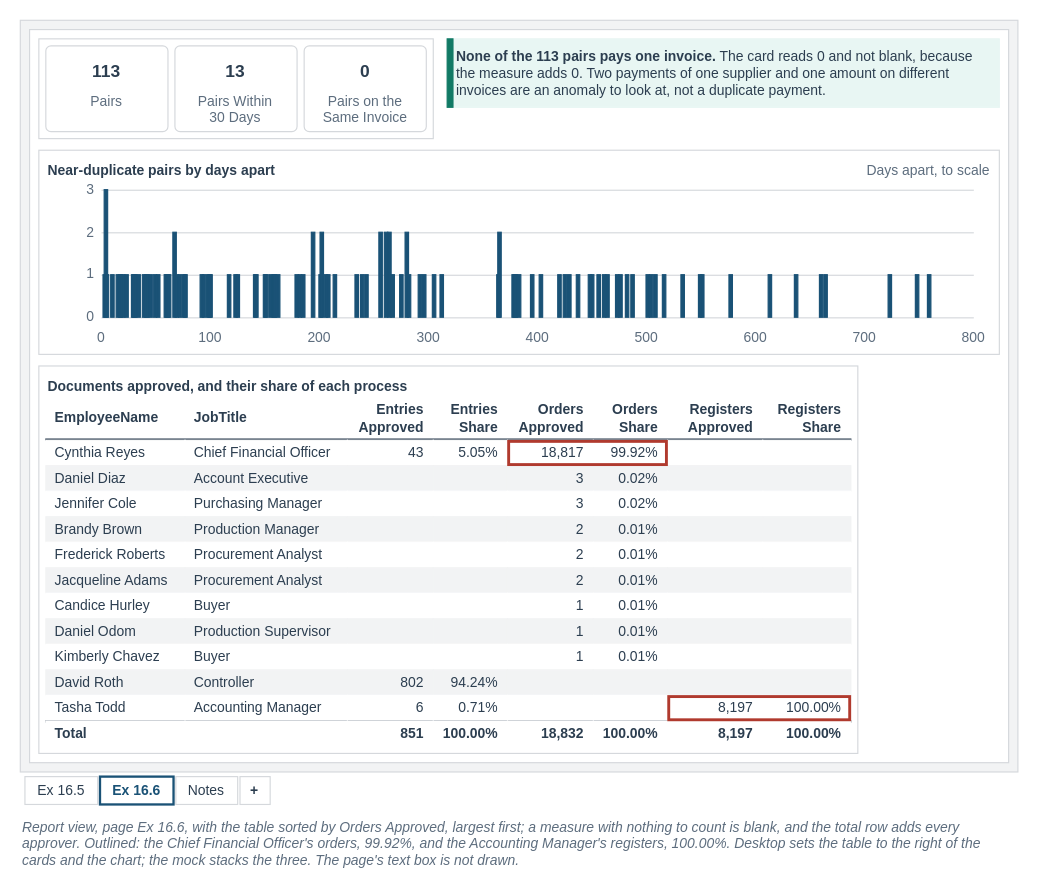
Before: facts/instructor/figures/chapter-16-audit-monitoring/IF-16-6-A.drawio in mmcodesso/Accounting_Analytics_Book, a draw.io diagram. Source tidied: cells renumbered, new cells numbered last; positions are measured from the earlier drawing's top-left corner, leaving out a move shared by most shapes. Both pictures are drawn from the tidied source at 116%, with x=0, y=0 at pixel (20, 20).
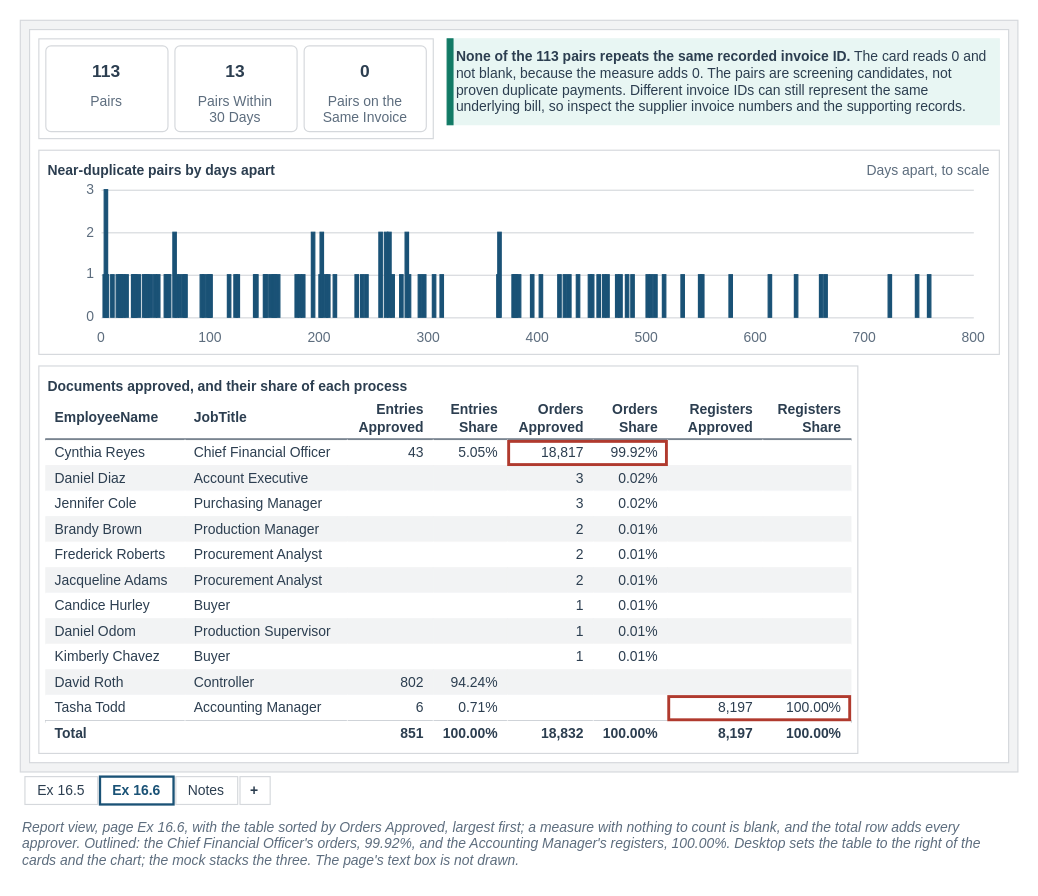
Above is the later version.

Change to the diagram source:
```diff
@@
-    <mxCell id="15" value="&lt;b&gt;None of the 113 pairs pays one invoice.&lt;/b&gt; The card reads 0 and not blank, because the measure adds 0. Two payments of one supplier and one amount on different invoices are an anomaly to look at, not a duplicate payment." style="rounded=0;arcSize=6;whiteSpace=wrap;html=1;fillColor=#E8F6F3;strokeColor=#E8F6F3;strokeWidth=1;fontColor=#2C3E50;fontSize=12;fontStyle=0;align=left;verticalAlign=middle;fontFamily=Helvetica;spacingLeft=6;spacingRight=6;" parent="1" vertex="1">
-      <mxGeometry x="368" y="16" width="476" height="59" as="geometry" />
+    <mxCell id="15" value="&lt;b&gt;None of the 113 pairs repeats the same recorded invoice ID.&lt;/b&gt; The card reads 0 and not blank, because the measure adds 0. The pairs are screening candidates, not proven duplicate payments. Different invoice IDs can still represent the same underlying bill, so inspect the supplier invoice numbers and the supporting records." style="rounded=0;arcSize=6;whiteSpace=wrap;html=1;fillColor=#E8F6F3;strokeColor=#E8F6F3;strokeWidth=1;fontColor=#2C3E50;fontSize=12;fontStyle=0;align=left;verticalAlign=middle;fontFamily=Helvetica;spacingLeft=6;spacingRight=6;" parent="1" vertex="1">
+      <mxGeometry x="368" y="16" width="476" height="74" as="geometry" />
     </mxCell>
     <mxCell id="16" style="rounded=0;arcSize=6;whiteSpace=wrap;html=1;fillColor=#117A65;strokeColor=#117A65;strokeWidth=1;fontColor=#2C3E50;fontSize=13;fontStyle=0;align=center;verticalAlign=middle;fontFamily=Helvetica;spacingLeft=6;spacingRight=6;" parent="1" vertex="1">
-      <mxGeometry x="368" y="16" width="5" height="59" as="geometry" />
+      <mxGeometry x="368" y="16" width="5" height="74" as="geometry" />
     </mxCell>
```
